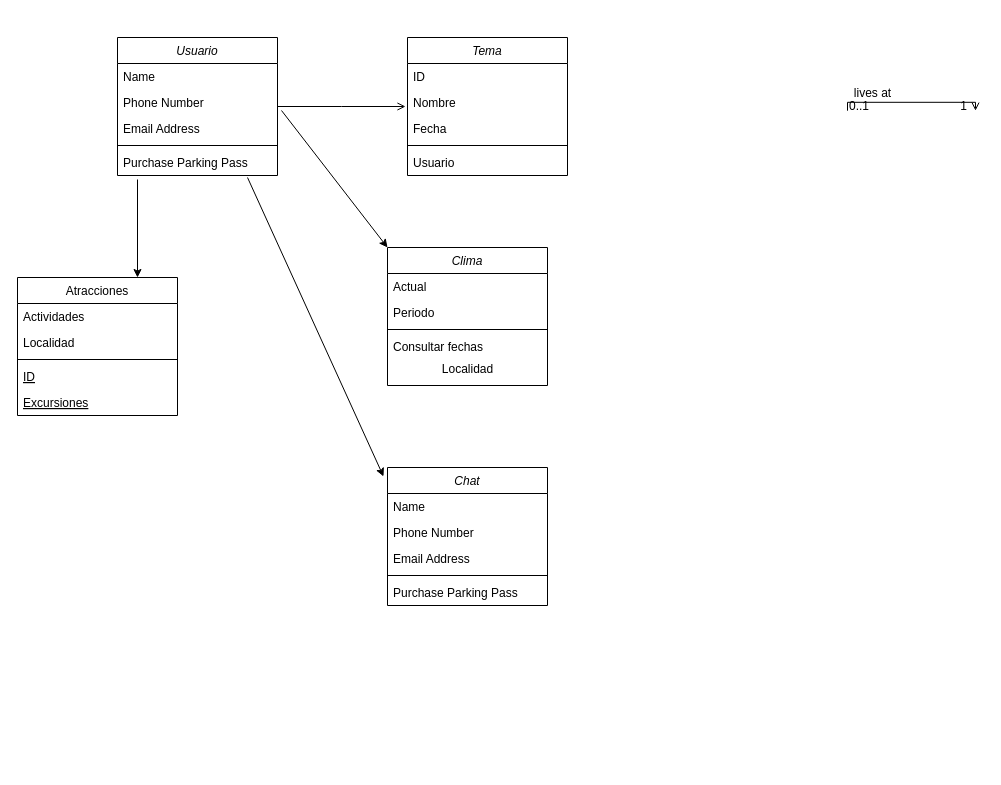
Above: Diagrama Clases Grupo 2 13 Febrero.drawio in FullStackCatamarca/proyecto_g2-proyecto_g2 (draw.io), before the change. Source tidied: cells renumbered, new cells numbered last; positions are measured from the earlier drawing's top-left corner, leaving out a move shared by most shapes. Both pictures are drawn from the tidied source at 100%, with x=0, y=0 at pixel (17, 37).
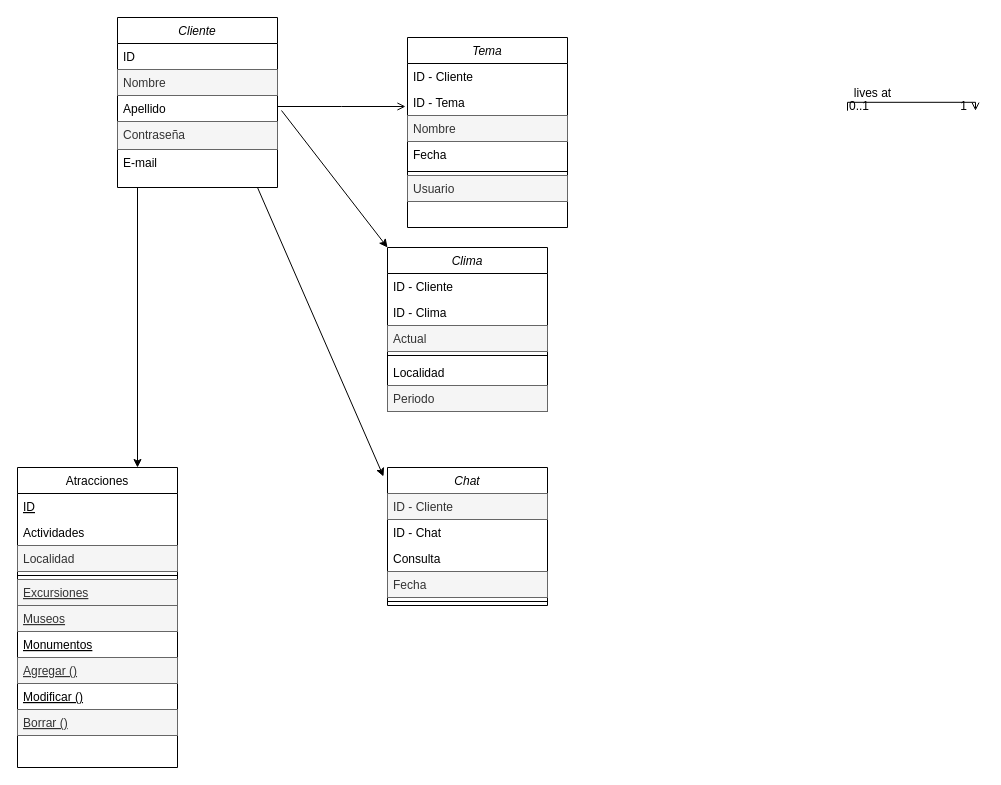
Above is the later version.

Unchanged cells that the change refers to:
```xml
<mxCell id="27" value="Chat" style="swimlane;fontStyle=2;align=center;verticalAlign=top;horizontal=1;startSize=26;rounded=0;shadow=0;strokeWidth=1;" parent="1" vertex="1">
  <mxGeometry x="370" y="430" width="160" height="138" as="geometry" />
</mxCell>
```

What changed in the source:
```diff
@@
-    <mxCell id="2" value="Usuario" style="swimlane;fontStyle=2;align=center;verticalAlign=top;horizontal=1;startSize=26;rounded=0;shadow=0;strokeWidth=1;" parent="1" vertex="1">
-      <mxGeometry x="100" width="160" height="138" as="geometry" />
+    <mxCell id="2" value="Cliente" style="swimlane;fontStyle=2;align=center;verticalAlign=top;horizontal=1;startSize=26;rounded=0;shadow=0;strokeWidth=1;direction=east;" parent="1" vertex="1">
+      <mxGeometry x="100" y="-20" width="160" height="170" as="geometry" />
     </mxCell>
-    <mxCell id="3" value="Name" style="text;align=left;verticalAlign=top;spacingLeft=4;spacingRight=4;overflow=hidden;" parent="2" vertex="1">
-      <mxGeometry y="26" width="160" height="26" as="geometry" />
-    </mxCell>
-    <mxCell id="4" value="Phone Number" style="text;align=left;verticalAlign=top;spacingLeft=4;spacingRight=4;overflow=hidden;rounded=0;shadow=0;html=0;" parent="2" vertex="1">
-      <mxGeometry y="52" width="160" height="26" as="geometry" />
-    </mxCell>
-    <mxCell id="5" value="Email Address" style="text;align=left;verticalAlign=top;spacingLeft=4;spacingRight=4;overflow=hidden;points=[[0,0.5],[1,0.5]];portConstraint=eastwest;rounded=0;shadow=0;html=0;" parent="2" vertex="1">
-      <mxGeometry y="78" width="160" height="26" as="geometry" />
-    </mxCell>
-    <mxCell id="6" style="line;html=1;strokeWidth=1;align=left;verticalAlign=middle;spacingTop=-1;spacingLeft=3;spacingRight=3;labelPosition=right;" parent="2" vertex="1">
-      <mxGeometry y="104" width="160" height="8" as="geometry" />
-    </mxCell>
-    <mxCell id="7" value="Purchase Parking Pass" style="text;align=left;verticalAlign=top;spacingLeft=4;spacingRight=4;overflow=hidden;points=[[0,0.5],[1,0.5]];portConstraint=eastwest;" parent="2" vertex="1">
-      <mxGeometry y="112" width="160" height="26" as="geometry" />
-    </mxCell>
+    <mxCell id="40" value="ID" style="text;align=left;verticalAlign=top;spacingLeft=4;spacingRight=4;overflow=hidden;" parent="2" vertex="1">
+      <mxGeometry y="26" width="160" height="26" as="geometry" />
+    </mxCell>
+    <mxCell id="41" value="Nombre" style="text;align=left;verticalAlign=top;spacingLeft=4;spacingRight=4;overflow=hidden;rounded=0;shadow=0;html=0;fillColor=#f5f5f5;strokeColor=#666666;fontColor=#333333;" parent="2" vertex="1">
+      <mxGeometry y="52" width="160" height="26" as="geometry" />
+    </mxCell>
+    <mxCell id="42" value="Apellido" style="text;align=left;verticalAlign=top;spacingLeft=4;spacingRight=4;overflow=hidden;rounded=0;shadow=0;html=0;" parent="2" vertex="1">
+      <mxGeometry y="78" width="160" height="26" as="geometry" />
+    </mxCell>
+    <mxCell id="43" value="Contraseña" style="text;align=left;verticalAlign=top;spacingLeft=4;spacingRight=4;overflow=hidden;rounded=0;shadow=0;html=0;fillColor=#f5f5f5;strokeColor=#666666;fontColor=#333333;" parent="2" vertex="1">
+      <mxGeometry y="104" width="160" height="28" as="geometry" />
+    </mxCell>
+    <mxCell id="44" value="E-mail" style="text;align=left;verticalAlign=top;spacingLeft=4;spacingRight=4;overflow=hidden;rounded=0;shadow=0;html=0;" parent="2" vertex="1">
+      <mxGeometry y="132" width="160" height="26" as="geometry" />
+    </mxCell>
     <mxCell id="8" value="Atracciones" style="swimlane;fontStyle=0;align=center;verticalAlign=top;horizontal=1;startSize=26;rounded=0;shadow=0;strokeWidth=1;" parent="1" vertex="1">
-      <mxGeometry y="240" width="160" height="138" as="geometry" />
+      <mxGeometry y="430" width="160" height="300" as="geometry" />
     </mxCell>
+    <mxCell id="12" value="ID" style="text;align=left;verticalAlign=top;spacingLeft=4;spacingRight=4;overflow=hidden;fontStyle=4;" parent="8" vertex="1">
+      <mxGeometry y="26" width="160" height="26" as="geometry" />
+    </mxCell>
     <mxCell id="9" value="Actividades" style="text;align=left;verticalAlign=top;spacingLeft=4;spacingRight=4;overflow=hidden;" parent="8" vertex="1">
-      <mxGeometry y="26" width="160" height="26" as="geometry" />
+      <mxGeometry y="52" width="160" height="26" as="geometry" />
     </mxCell>
-    <mxCell id="10" value="Localidad" style="text;align=left;verticalAlign=top;spacingLeft=4;spacingRight=4;overflow=hidden;rounded=0;shadow=0;html=0;" parent="8" vertex="1">
-      <mxGeometry y="52" width="160" height="26" as="geometry" />
+    <mxCell id="10" value="Localidad" style="text;align=left;verticalAlign=top;spacingLeft=4;spacingRight=4;overflow=hidden;rounded=0;shadow=0;html=0;fillColor=#f5f5f5;strokeColor=#666666;fontColor=#333333;" parent="8" vertex="1">
+      <mxGeometry y="78" width="160" height="26" as="geometry" />
     </mxCell>
     <mxCell id="11" style="line;html=1;strokeWidth=1;align=left;verticalAlign=middle;spacingTop=-1;spacingLeft=3;spacingRight=3;labelPosition=right;" parent="8" vertex="1">
-      <mxGeometry y="78" width="160" height="8" as="geometry" />
+      <mxGeometry y="104" width="160" height="8" as="geometry" />
     </mxCell>
-    <mxCell id="12" value="ID" style="text;align=left;verticalAlign=top;spacingLeft=4;spacingRight=4;overflow=hidden;fontStyle=4;" parent="8" vertex="1">
-      <mxGeometry y="86" width="160" height="26" as="geometry" />
-    </mxCell>
-    <mxCell id="13" value="Excursiones" style="text;align=left;verticalAlign=top;spacingLeft=4;spacingRight=4;overflow=hidden;fontStyle=4;" parent="8" vertex="1">
+    <mxCell id="13" value="Excursiones" style="text;align=left;verticalAlign=top;spacingLeft=4;spacingRight=4;overflow=hidden;fontStyle=4;fillColor=#f5f5f5;strokeColor=#666666;fontColor=#333333;" parent="8" vertex="1">
       <mxGeometry y="112" width="160" height="26" as="geometry" />
     </mxCell>
+    <mxCell id="45" value="Museos" style="text;align=left;verticalAlign=top;spacingLeft=4;spacingRight=4;overflow=hidden;fontStyle=4;fillColor=#f5f5f5;strokeColor=#666666;fontColor=#333333;" parent="8" vertex="1">
+      <mxGeometry y="138" width="160" height="26" as="geometry" />
+    </mxCell>
+    <mxCell id="46" value="Monumentos" style="text;align=left;verticalAlign=top;spacingLeft=4;spacingRight=4;overflow=hidden;fontStyle=4;" parent="8" vertex="1">
+      <mxGeometry y="164" width="160" height="26" as="geometry" />
+    </mxCell>
+    <mxCell id="47" value="Agregar ()" style="text;align=left;verticalAlign=top;spacingLeft=4;spacingRight=4;overflow=hidden;fontStyle=4;fillColor=#f5f5f5;strokeColor=#666666;fontColor=#333333;" parent="8" vertex="1">
+      <mxGeometry y="190" width="160" height="26" as="geometry" />
+    </mxCell>
+    <mxCell id="48" value="Modificar ()" style="text;align=left;verticalAlign=top;spacingLeft=4;spacingRight=4;overflow=hidden;fontStyle=4;" parent="8" vertex="1">
+      <mxGeometry y="216" width="160" height="26" as="geometry" />
+    </mxCell>
+    <mxCell id="49" value="Borrar ()" style="text;align=left;verticalAlign=top;spacingLeft=4;spacingRight=4;overflow=hidden;fontStyle=4;fillColor=#f5f5f5;strokeColor=#666666;fontColor=#333333;" parent="8" vertex="1">
+      <mxGeometry y="242" width="160" height="26" as="geometry" />
+    </mxCell>
@@
     <mxCell id="15" value="Tema" style="swimlane;fontStyle=2;align=center;verticalAlign=top;horizontal=1;startSize=26;rounded=0;shadow=0;strokeWidth=1;" parent="1" vertex="1">
-      <mxGeometry x="390" width="160" height="138" as="geometry" />
+      <mxGeometry x="390" width="160" height="190" as="geometry" />
     </mxCell>
-    <mxCell id="16" value="ID" style="text;align=left;verticalAlign=top;spacingLeft=4;spacingRight=4;overflow=hidden;" parent="15" vertex="1">
+    <mxCell id="16" value="ID - Cliente" style="text;align=left;verticalAlign=top;spacingLeft=4;spacingRight=4;overflow=hidden;" parent="15" vertex="1">
       <mxGeometry y="26" width="160" height="26" as="geometry" />
     </mxCell>
+    <mxCell id="50" value="ID - Tema" style="text;align=left;verticalAlign=top;spacingLeft=4;spacingRight=4;overflow=hidden;" parent="15" vertex="1">
+      <mxGeometry y="52" width="160" height="26" as="geometry" />
+    </mxCell>
-    <mxCell id="17" value="Nombre" style="text;align=left;verticalAlign=top;spacingLeft=4;spacingRight=4;overflow=hidden;rounded=0;shadow=0;html=0;" parent="15" vertex="1">
-      <mxGeometry y="52" width="160" height="26" as="geometry" />
+    <mxCell id="17" value="Nombre" style="text;align=left;verticalAlign=top;spacingLeft=4;spacingRight=4;overflow=hidden;rounded=0;shadow=0;html=0;fillColor=#f5f5f5;strokeColor=#666666;fontColor=#333333;" parent="15" vertex="1">
+      <mxGeometry y="78" width="160" height="26" as="geometry" />
     </mxCell>
     <mxCell id="18" value="Fecha" style="text;align=left;verticalAlign=top;spacingLeft=4;spacingRight=4;overflow=hidden;rounded=0;shadow=0;html=0;" parent="15" vertex="1">
-      <mxGeometry y="78" width="160" height="26" as="geometry" />
+      <mxGeometry y="104" width="160" height="26" as="geometry" />
     </mxCell>
     <mxCell id="19" style="line;html=1;strokeWidth=1;align=left;verticalAlign=middle;spacingTop=-1;spacingLeft=3;spacingRight=3;labelPosition=right;" parent="15" vertex="1">
-      <mxGeometry y="104" width="160" height="8" as="geometry" />
+      <mxGeometry y="130" width="160" height="8" as="geometry" />
     </mxCell>
-    <mxCell id="20" value="Usuario" style="text;align=left;verticalAlign=top;spacingLeft=4;spacingRight=4;overflow=hidden;" parent="15" vertex="1">
-      <mxGeometry y="112" width="160" height="26" as="geometry" />
+    <mxCell id="20" value="Usuario" style="text;align=left;verticalAlign=top;spacingLeft=4;spacingRight=4;overflow=hidden;fillColor=#f5f5f5;strokeColor=#666666;fontColor=#333333;" parent="15" vertex="1">
+      <mxGeometry y="138" width="160" height="26" as="geometry" />
     </mxCell>
     <mxCell id="21" value="Clima" style="swimlane;fontStyle=2;align=center;verticalAlign=top;horizontal=1;startSize=26;rounded=0;shadow=0;strokeWidth=1;" parent="1" vertex="1">
-      <mxGeometry x="370" y="210" width="160" height="138" as="geometry" />
+      <mxGeometry x="370" y="210" width="160" height="164" as="geometry" />
     </mxCell>
-    <mxCell id="22" value="Actual" style="text;align=left;verticalAlign=top;spacingLeft=4;spacingRight=4;overflow=hidden;" parent="21" vertex="1">
+    <mxCell id="22" value="ID - Cliente" style="text;align=left;verticalAlign=top;spacingLeft=4;spacingRight=4;overflow=hidden;" parent="21" vertex="1">
       <mxGeometry y="26" width="160" height="26" as="geometry" />
     </mxCell>
+    <mxCell id="51" value="ID - Clima" style="text;align=left;verticalAlign=top;spacingLeft=4;spacingRight=4;overflow=hidden;" parent="21" vertex="1">
+      <mxGeometry y="52" width="160" height="26" as="geometry" />
+    </mxCell>
-    <mxCell id="23" value="Periodo" style="text;align=left;verticalAlign=top;spacingLeft=4;spacingRight=4;overflow=hidden;rounded=0;shadow=0;html=0;" parent="21" vertex="1">
-      <mxGeometry y="52" width="160" height="26" as="geometry" />
+    <mxCell id="23" value="Actual" style="text;align=left;verticalAlign=top;spacingLeft=4;spacingRight=4;overflow=hidden;rounded=0;shadow=0;html=0;fillColor=#f5f5f5;strokeColor=#666666;fontColor=#333333;" parent="21" vertex="1">
+      <mxGeometry y="78" width="160" height="26" as="geometry" />
     </mxCell>
     <mxCell id="24" style="line;html=1;strokeWidth=1;align=left;verticalAlign=middle;spacingTop=-1;spacingLeft=3;spacingRight=3;labelPosition=right;" parent="21" vertex="1">
-      <mxGeometry y="78" width="160" height="8" as="geometry" />
+      <mxGeometry y="104" width="160" height="8" as="geometry" />
     </mxCell>
-    <mxCell id="25" value="Consultar fechas" style="text;align=left;verticalAlign=top;spacingLeft=4;spacingRight=4;overflow=hidden;" parent="21" vertex="1">
-      <mxGeometry y="86" width="160" height="26" as="geometry" />
-    </mxCell>
-    <mxCell id="26" value="Localidad" style="text;html=1;align=center;verticalAlign=middle;" parent="21" vertex="1">
-      <mxGeometry y="112" width="160" height="20" as="geometry" />
+    <mxCell id="26" value="Localidad" style="text;align=left;verticalAlign=top;spacingLeft=4;spacingRight=4;overflow=hidden;" parent="21" vertex="1">
+      <mxGeometry y="112" width="160" height="26" as="geometry" />
     </mxCell>
+    <mxCell id="52" value="Periodo" style="text;align=left;verticalAlign=top;spacingLeft=4;spacingRight=4;overflow=hidden;fillColor=#f5f5f5;strokeColor=#666666;fontColor=#333333;" parent="21" vertex="1">
+      <mxGeometry y="138" width="160" height="26" as="geometry" />
+    </mxCell>
@@
-    <mxCell id="28" value="Name" style="text;align=left;verticalAlign=top;spacingLeft=4;spacingRight=4;overflow=hidden;" parent="27" vertex="1">
+    <mxCell id="28" value="ID - Cliente" style="text;align=left;verticalAlign=top;spacingLeft=4;spacingRight=4;overflow=hidden;fillColor=#f5f5f5;strokeColor=#666666;fontColor=#333333;" parent="27" vertex="1">
       <mxGeometry y="26" width="160" height="26" as="geometry" />
     </mxCell>
+    <mxCell id="53" value="ID - Chat" style="text;align=left;verticalAlign=top;spacingLeft=4;spacingRight=4;overflow=hidden;" parent="27" vertex="1">
+      <mxGeometry y="52" width="160" height="26" as="geometry" />
+    </mxCell>
-    <mxCell id="29" value="Phone Number" style="text;align=left;verticalAlign=top;spacingLeft=4;spacingRight=4;overflow=hidden;rounded=0;shadow=0;html=0;" parent="27" vertex="1">
-      <mxGeometry y="52" width="160" height="26" as="geometry" />
+    <mxCell id="29" value="Consulta" style="text;align=left;verticalAlign=top;spacingLeft=4;spacingRight=4;overflow=hidden;rounded=0;shadow=0;html=0;" parent="27" vertex="1">
+      <mxGeometry y="78" width="160" height="26" as="geometry" />
     </mxCell>
-    <mxCell id="30" value="Email Address" style="text;align=left;verticalAlign=top;spacingLeft=4;spacingRight=4;overflow=hidden;rounded=0;shadow=0;html=0;" parent="27" vertex="1">
-      <mxGeometry y="78" width="160" height="26" as="geometry" />
+    <mxCell id="30" value="Fecha" style="text;align=left;verticalAlign=top;spacingLeft=4;spacingRight=4;overflow=hidden;rounded=0;shadow=0;html=0;fillColor=#f5f5f5;strokeColor=#666666;fontColor=#333333;" parent="27" vertex="1">
+      <mxGeometry y="104" width="160" height="26" as="geometry" />
     </mxCell>
     <mxCell id="31" style="line;html=1;strokeWidth=1;align=left;verticalAlign=middle;spacingTop=-1;spacingLeft=3;spacingRight=3;labelPosition=right;" parent="27" vertex="1">
-      <mxGeometry y="104" width="160" height="8" as="geometry" />
+      <mxGeometry y="130" width="160" height="8" as="geometry" />
     </mxCell>
-    <mxCell id="32" value="Purchase Parking Pass" style="text;align=left;verticalAlign=top;spacingLeft=4;spacingRight=4;overflow=hidden;" parent="27" vertex="1">
-      <mxGeometry y="112" width="160" height="26" as="geometry" />
-    </mxCell>
@@
-    <mxCell id="37" style="endArrow=classic;html=1;exitX=1.025;exitY=-0.192;exitDx=0;exitDy=0;exitPerimeter=0;" parent="1" edge="1" source="5">
+    <mxCell id="37" style="endArrow=classic;html=1;exitX=1.025;exitY=-0.192;exitDx=0;exitDy=0;exitPerimeter=0;" parent="1" edge="1">
       <mxGeometry relative="1" as="geometry">
+        <mxPoint x="264" y="73" as="sourcePoint" />
         <mxPoint x="370" y="210" as="targetPoint" />
       </mxGeometry>
     </mxCell>
-    <mxCell id="38" style="endArrow=classic;html=1;exitX=1.025;exitY=-0.192;exitDx=0;exitDy=0;exitPerimeter=0;entryX=-0.025;entryY=0.065;entryDx=0;entryDy=0;entryPerimeter=0;" parent="1" edge="1" target="27">
+    <mxCell id="38" style="endArrow=classic;html=1;entryX=-0.025;entryY=0.065;entryDx=0;entryDy=0;entryPerimeter=0;" parent="1" edge="1" target="27">
       <mxGeometry relative="1" as="geometry">
-        <mxPoint x="230" y="140" as="sourcePoint" />
+        <mxPoint x="240" y="150" as="sourcePoint" />
       </mxGeometry>
     </mxCell>
-    <mxCell id="39" style="endArrow=classic;html=1;exitX=0.125;exitY=1.154;exitDx=0;exitDy=0;exitPerimeter=0;entryX=0.75;entryY=0;entryDx=0;entryDy=0;" parent="1" edge="1" source="7" target="8">
-      <mxGeometry relative="1" as="geometry" />
+    <mxCell id="39" style="endArrow=classic;html=1;entryX=0.75;entryY=0;entryDx=0;entryDy=0;" parent="1" edge="1" target="8">
+      <mxGeometry relative="1" as="geometry">
+        <mxPoint x="120" y="150" as="sourcePoint" />
+      </mxGeometry>
     </mxCell>
```
